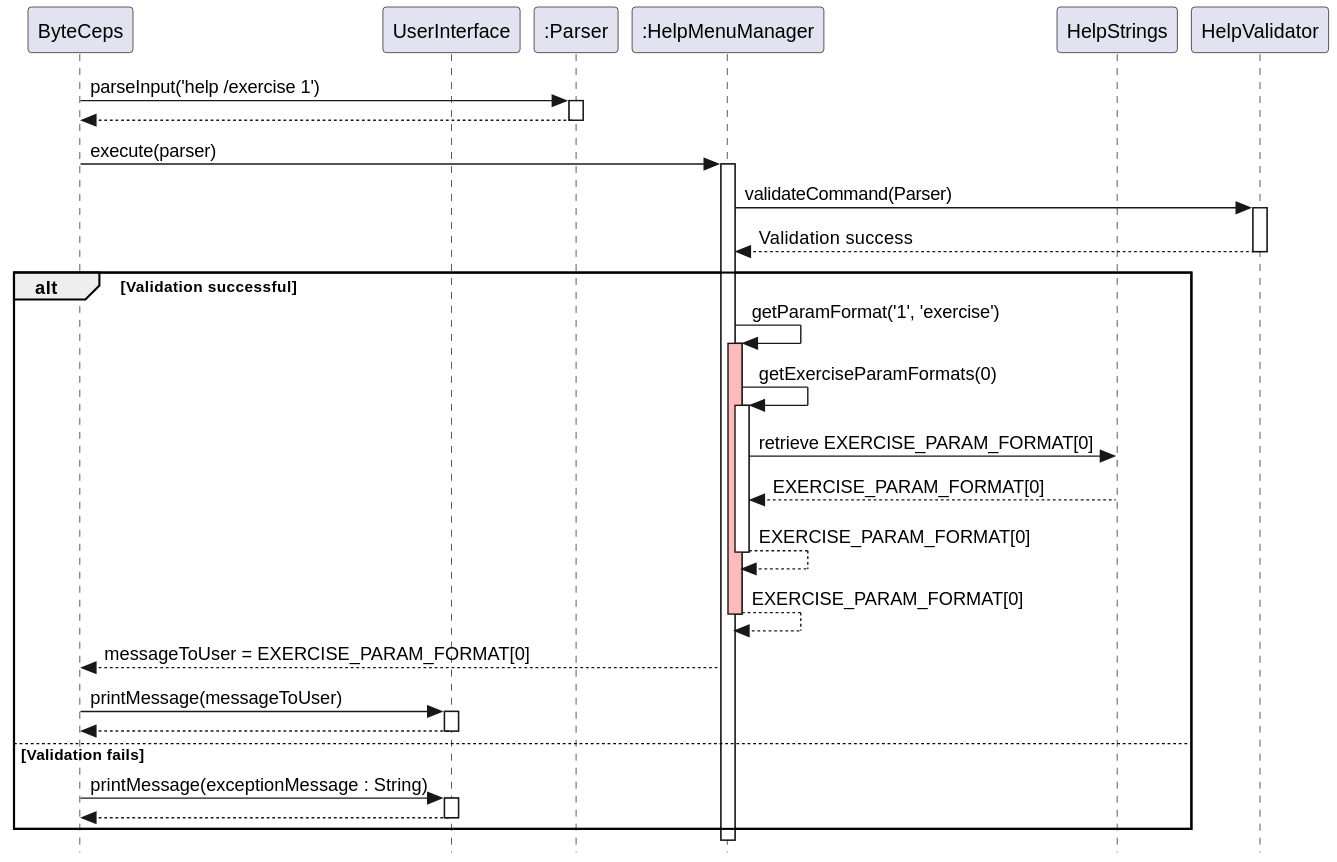
Earlier version of the PlantUML export docs/diagrams/helpMenuCommandFormat.svg (joshualeejunyi/tp). Source of this version:
```plantuml
@startuml
skinparam classAttributeIconSize 0
skinparam style strictuml
participant ByteCeps as User
participant UserInterface
participant ":Parser" as Parser
participant ":HelpMenuManager" as HelpMenuManager
participant HelpStrings
participant HelpValidator as Validator


User -> Parser : parseInput('help /exercise 1')
activate Parser
User <-- Parser
deactivate Parser

User -> HelpMenuManager : execute(parser)
activate HelpMenuManager

HelpMenuManager -> Validator : validateCommand(Parser)
activate Validator
Validator --> HelpMenuManager : Validation success
deactivate Validator

alt Validation successful
    HelpMenuManager -> HelpMenuManager : getParamFormat('1', 'exercise')
    activate HelpMenuManager #FFBBBB

    HelpMenuManager -> HelpMenuManager : getExerciseParamFormats(0)
    activate HelpMenuManager
    HelpMenuManager -> HelpStrings : retrieve EXERCISE_PARAM_FORMAT[0]
    HelpMenuManager <-- HelpStrings : EXERCISE_PARAM_FORMAT[0]
    HelpMenuManager --> HelpMenuManager: EXERCISE_PARAM_FORMAT[0]
    deactivate HelpMenuManager
    HelpMenuManager --> HelpMenuManager : EXERCISE_PARAM_FORMAT[0]
    deactivate HelpMenuManager #FFBBBB

    User <-- HelpMenuManager : messageToUser = EXERCISE_PARAM_FORMAT[0]
    User -> UserInterface: printMessage(messageToUser)
    activate UserInterface
    UserInterface --> User:
    deactivate UserInterface


else Validation fails
    User -> UserInterface: printMessage(exceptionMessage : String)
    activate UserInterface
    UserInterface --> User:
    deactivate UserInterface
end
@enduml
```
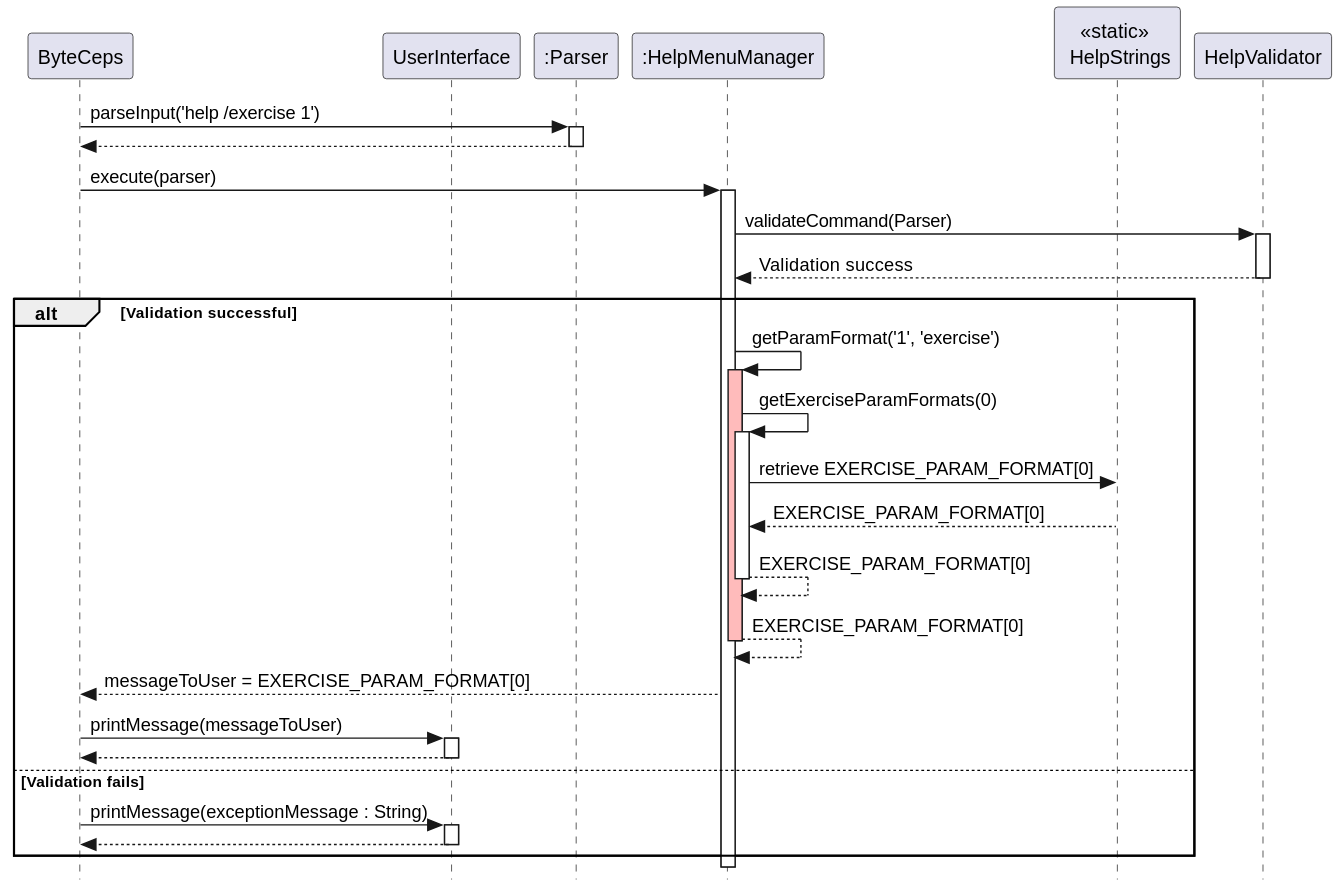
The same file after the commit.

Commit message:
Update Help sequence diagrams, rename Help Menu method and static String

Diff of the diagram source:
```diff
@@ -5,7 +5,7 @@
 participant UserInterface
 participant ":Parser" as Parser
 participant ":HelpMenuManager" as HelpMenuManager
-participant HelpStrings
+participant HelpStrings as "<<static>> \n HelpStrings"
 participant HelpValidator as Validator
 
 
```
